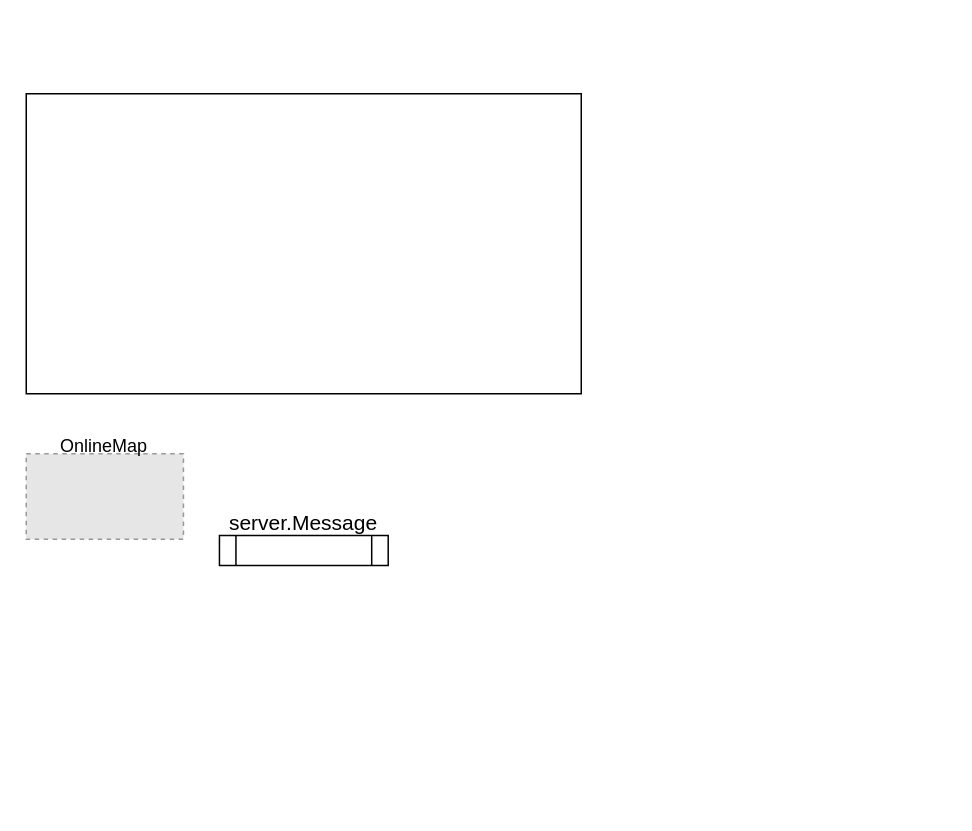
Above: go_exp_InstantMessager.drawio in Forgethson/Mydrawio (draw.io), before the change. Source tidied: cells renumbered, new cells numbered last; positions are measured from the earlier drawing's top-left corner, leaving out a move shared by most shapes. Both pictures are drawn from the tidied source at 150%, with x=0, y=0 at pixel (26, 93). Pictures stored in the file or linked from it are replaced by grey dashed boxes.
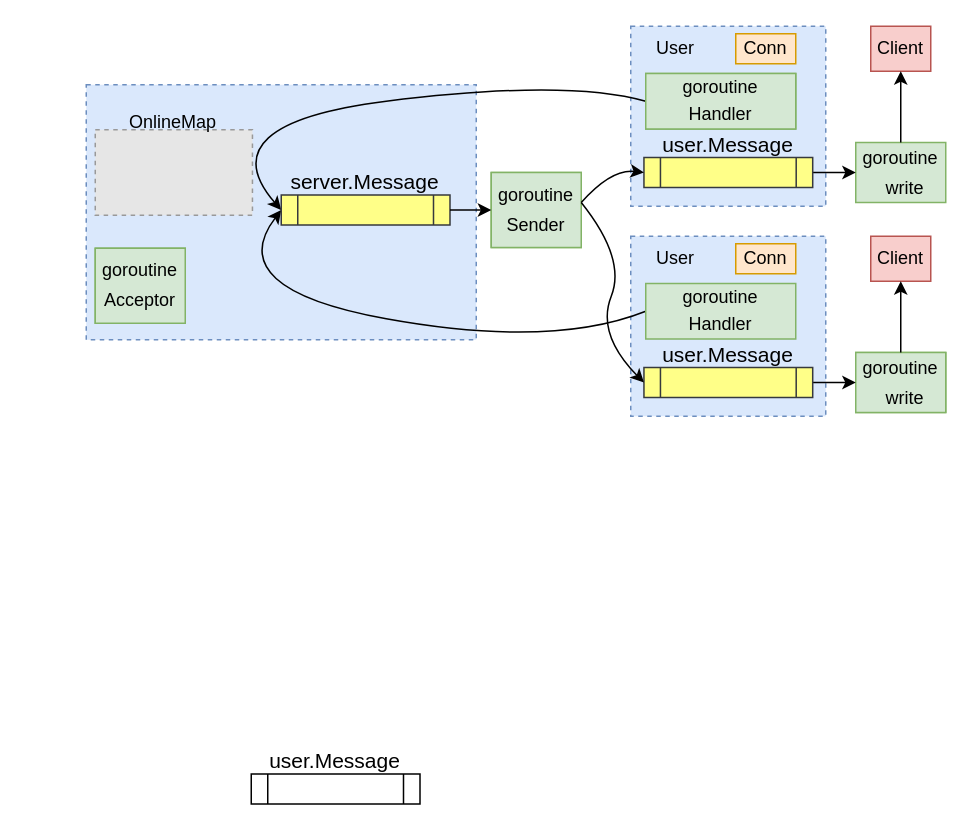
The same page after the edit.

Diff of the diagram source:
```diff
@@
-    <mxCell id="2" style="rounded=0;whiteSpace=wrap;html=1;fillColor=none;" parent="1" vertex="1">
-      <mxGeometry width="370" height="200" as="geometry" />
+    <mxCell id="2" style="rounded=0;whiteSpace=wrap;html=1;fillColor=#dae8fc;dashed=1;strokeColor=#6c8ebf;" parent="1" vertex="1">
+      <mxGeometry x="40" y="-6" width="260" height="170" as="geometry" />
     </mxCell>
     <mxCell id="3" style="group;" parent="1" vertex="1">
-      <mxGeometry y="220" width="104.8" height="77" as="geometry" />
+      <mxGeometry x="46" y="4" width="104.8" height="77" as="geometry" />
     </mxCell>
@@
-    <mxCell id="6" style="group;" parent="1" vertex="1">
-      <mxGeometry x="128.8" y="271" width="112.5" height="43.5" as="geometry" />
-    </mxCell>
+    <mxCell id="9" style="group;" parent="1" vertex="1">
+      <mxGeometry x="150" y="430" width="112.5" height="43.5" as="geometry" />
+    </mxCell>
+    <mxCell id="10" style="shape=process;whiteSpace=wrap;html=1;backgroundOutline=1;" parent="9" vertex="1">
+      <mxGeometry y="23.5" width="112.5" height="20" as="geometry" />
+    </mxCell>
+    <mxCell id="11" value="&lt;article data-content=&quot;[{&amp;quot;type&amp;quot;:&amp;quot;block&amp;quot;,&amp;quot;id&amp;quot;:&amp;quot;OJQe-1696595422032&amp;quot;,&amp;quot;name&amp;quot;:&amp;quot;paragraph&amp;quot;,&amp;quot;data&amp;quot;:{},&amp;quot;nodes&amp;quot;:[{&amp;quot;type&amp;quot;:&amp;quot;text&amp;quot;,&amp;quot;id&amp;quot;:&amp;quot;GG8M-1696595422030&amp;quot;,&amp;quot;leaves&amp;quot;:[{&amp;quot;text&amp;quot;:&amp;quot;server.Message&amp;quot;,&amp;quot;marks&amp;quot;:[]}]}],&amp;quot;state&amp;quot;:{}}]&quot;&gt;&lt;div style=&quot;line-height: 1.75; font-size: 14px; text-align: left;&quot;&gt;user&lt;span style=&quot;background-color: initial;&quot;&gt;.Message&lt;/span&gt;&lt;/div&gt;&lt;/article&gt;" style="text;html=1;strokeColor=none;fillColor=none;align=center;verticalAlign=middle;whiteSpace=wrap;rounded=0;" parent="9" vertex="1">
+      <mxGeometry x="26.2" width="60" height="30" as="geometry" />
+    </mxCell>
+    <mxCell id="12" value="Client" style="rounded=0;whiteSpace=wrap;html=1;fillColor=#f8cecc;strokeColor=#b85450;" parent="1" vertex="1">
+      <mxGeometry x="563" y="-45" width="40" height="30" as="geometry" />
+    </mxCell>
+    <mxCell id="13" style="group;" parent="1" vertex="1">
+      <mxGeometry x="553" y="32.5" width="60" height="40" as="geometry" />
+    </mxCell>
+    <mxCell id="14" style="rounded=0;whiteSpace=wrap;html=1;fillColor=#d5e8d4;strokeColor=#82b366;" parent="13" vertex="1">
+      <mxGeometry width="60" height="40" as="geometry" />
+    </mxCell>
+    <mxCell id="15" value="goroutine" style="text;html=1;strokeColor=none;fillColor=none;align=center;verticalAlign=middle;whiteSpace=wrap;rounded=0;" parent="13" vertex="1">
+      <mxGeometry x="12" width="36" height="20" as="geometry" />
+    </mxCell>
+    <mxCell id="16" value="write" style="text;html=1;strokeColor=none;fillColor=none;align=center;verticalAlign=middle;whiteSpace=wrap;rounded=0;" parent="13" vertex="1">
+      <mxGeometry x="18" y="20" width="30" height="20" as="geometry" />
+    </mxCell>
+    <mxCell id="17" style="rounded=0;whiteSpace=wrap;html=1;dashed=1;fillColor=#dae8fc;strokeColor=#6c8ebf;" parent="1" vertex="1">
+      <mxGeometry x="403" y="-45" width="130" height="120" as="geometry" />
+    </mxCell>
+    <mxCell id="18" value="User" style="text;html=1;strokeColor=none;fillColor=none;align=center;verticalAlign=middle;whiteSpace=wrap;rounded=0;" parent="1" vertex="1">
+      <mxGeometry x="403" y="-45" width="60" height="30" as="geometry" />
+    </mxCell>
+    <mxCell id="19" value="Conn" style="rounded=0;whiteSpace=wrap;html=1;fillColor=#ffe6cc;strokeColor=#d79b00;" parent="1" vertex="1">
+      <mxGeometry x="473" y="-40" width="40" height="20" as="geometry" />
+    </mxCell>
+    <mxCell id="20" style="group;fillColor=#d5e8d4;strokeColor=#82b366;" parent="1" vertex="1">
+      <mxGeometry x="413" y="-13.5" width="100" height="37" as="geometry" />
+    </mxCell>
+    <mxCell id="21" style="edgeStyle=orthogonalEdgeStyle;rounded=0;jettySize=auto;html=1;exitX=1;exitY=0.5;exitDx=0;exitDy=0;entryX=0;entryY=0.5;entryDx=0;entryDy=0;" parent="1" edge="1" source="22" target="14">
+      <mxGeometry relative="1" as="geometry" />
+    </mxCell>
+    <mxCell id="22" style="shape=process;whiteSpace=wrap;html=1;backgroundOutline=1;fillColor=#ffff88;strokeColor=#36393d;" parent="1" vertex="1">
+      <mxGeometry x="411.8" y="42.5" width="112.5" height="20" as="geometry" />
+    </mxCell>
+    <mxCell id="23" value="&lt;article data-content=&quot;[{&amp;quot;type&amp;quot;:&amp;quot;block&amp;quot;,&amp;quot;id&amp;quot;:&amp;quot;OJQe-1696595422032&amp;quot;,&amp;quot;name&amp;quot;:&amp;quot;paragraph&amp;quot;,&amp;quot;data&amp;quot;:{},&amp;quot;nodes&amp;quot;:[{&amp;quot;type&amp;quot;:&amp;quot;text&amp;quot;,&amp;quot;id&amp;quot;:&amp;quot;GG8M-1696595422030&amp;quot;,&amp;quot;leaves&amp;quot;:[{&amp;quot;text&amp;quot;:&amp;quot;server.Message&amp;quot;,&amp;quot;marks&amp;quot;:[]}]}],&amp;quot;state&amp;quot;:{}}]&quot;&gt;&lt;div style=&quot;line-height: 1.75; font-size: 14px; text-align: left;&quot;&gt;user&lt;span style=&quot;background-color: initial;&quot;&gt;.Message&lt;/span&gt;&lt;/div&gt;&lt;/article&gt;" style="text;html=1;strokeColor=none;fillColor=none;align=center;verticalAlign=middle;whiteSpace=wrap;rounded=0;" parent="1" vertex="1">
+      <mxGeometry x="438" y="19" width="60" height="30" as="geometry" />
+    </mxCell>
+    <mxCell id="24" style="edgeStyle=orthogonalEdgeStyle;rounded=0;jettySize=auto;html=1;" parent="1" edge="1" source="15" target="12">
+      <mxGeometry relative="1" as="geometry" />
+    </mxCell>
+    <mxCell id="25" value="Client" style="rounded=0;whiteSpace=wrap;html=1;fillColor=#f8cecc;strokeColor=#b85450;" parent="1" vertex="1">
+      <mxGeometry x="563" y="95" width="40" height="30" as="geometry" />
+    </mxCell>
+    <mxCell id="26" style="group;fillColor=#d5e8d4;strokeColor=#82b366;" parent="1" vertex="1">
+      <mxGeometry x="553" y="172.5" width="60" height="40" as="geometry" />
+    </mxCell>
+    <mxCell id="27" style="rounded=0;whiteSpace=wrap;html=1;fillColor=#d5e8d4;strokeColor=#82b366;" parent="26" vertex="1">
+      <mxGeometry width="60" height="40" as="geometry" />
+    </mxCell>
+    <mxCell id="28" value="goroutine" style="text;html=1;strokeColor=none;fillColor=none;align=center;verticalAlign=middle;whiteSpace=wrap;rounded=0;" parent="26" vertex="1">
+      <mxGeometry x="12" width="36" height="20" as="geometry" />
+    </mxCell>
+    <mxCell id="29" value="write" style="text;html=1;strokeColor=none;fillColor=none;align=center;verticalAlign=middle;whiteSpace=wrap;rounded=0;" parent="26" vertex="1">
+      <mxGeometry x="18" y="20" width="30" height="20" as="geometry" />
+    </mxCell>
+    <mxCell id="30" style="rounded=0;whiteSpace=wrap;html=1;strokeColor=#6c8ebf;dashed=1;fillColor=#dae8fc;" parent="1" vertex="1">
+      <mxGeometry x="403" y="95" width="130" height="120" as="geometry" />
+    </mxCell>
+    <mxCell id="31" value="User" style="text;html=1;strokeColor=none;fillColor=none;align=center;verticalAlign=middle;whiteSpace=wrap;rounded=0;" parent="1" vertex="1">
+      <mxGeometry x="403" y="95" width="60" height="30" as="geometry" />
+    </mxCell>
+    <mxCell id="32" value="Conn" style="rounded=0;whiteSpace=wrap;html=1;fillColor=#ffe6cc;strokeColor=#d79b00;" parent="1" vertex="1">
+      <mxGeometry x="473" y="100" width="40" height="20" as="geometry" />
+    </mxCell>
+    <mxCell id="33" style="edgeStyle=orthogonalEdgeStyle;rounded=0;jettySize=auto;html=1;exitX=1;exitY=0.5;exitDx=0;exitDy=0;entryX=0;entryY=0.5;entryDx=0;entryDy=0;" parent="1" edge="1" source="34" target="27">
+      <mxGeometry relative="1" as="geometry" />
+    </mxCell>
+    <mxCell id="34" style="shape=process;whiteSpace=wrap;html=1;backgroundOutline=1;fillColor=#ffff88;strokeColor=#36393d;" parent="1" vertex="1">
+      <mxGeometry x="411.8" y="182.5" width="112.5" height="20" as="geometry" />
+    </mxCell>
+    <mxCell id="35" value="&lt;article data-content=&quot;[{&amp;quot;type&amp;quot;:&amp;quot;block&amp;quot;,&amp;quot;id&amp;quot;:&amp;quot;OJQe-1696595422032&amp;quot;,&amp;quot;name&amp;quot;:&amp;quot;paragraph&amp;quot;,&amp;quot;data&amp;quot;:{},&amp;quot;nodes&amp;quot;:[{&amp;quot;type&amp;quot;:&amp;quot;text&amp;quot;,&amp;quot;id&amp;quot;:&amp;quot;GG8M-1696595422030&amp;quot;,&amp;quot;leaves&amp;quot;:[{&amp;quot;text&amp;quot;:&amp;quot;server.Message&amp;quot;,&amp;quot;marks&amp;quot;:[]}]}],&amp;quot;state&amp;quot;:{}}]&quot;&gt;&lt;div style=&quot;line-height: 1.75; font-size: 14px; text-align: left;&quot;&gt;user&lt;span style=&quot;background-color: initial;&quot;&gt;.Message&lt;/span&gt;&lt;/div&gt;&lt;/article&gt;" style="text;html=1;strokeColor=none;fillColor=none;align=center;verticalAlign=middle;whiteSpace=wrap;rounded=0;" parent="1" vertex="1">
+      <mxGeometry x="438" y="159" width="60" height="30" as="geometry" />
+    </mxCell>
+    <mxCell id="36" style="edgeStyle=orthogonalEdgeStyle;rounded=0;jettySize=auto;html=1;" parent="1" edge="1" source="28" target="25">
+      <mxGeometry relative="1" as="geometry" />
+    </mxCell>
+    <mxCell id="37" style="group;fillColor=#d5e8d4;strokeColor=#82b366;" parent="1" vertex="1">
+      <mxGeometry x="46" y="103" width="60" height="50" as="geometry" />
+    </mxCell>
+    <mxCell id="38" style="rounded=0;whiteSpace=wrap;html=1;fillColor=#d5e8d4;strokeColor=#82b366;" parent="37" vertex="1">
+      <mxGeometry width="60" height="50" as="geometry" />
+    </mxCell>
+    <mxCell id="39" value="goroutine" style="text;html=1;strokeColor=none;fillColor=none;align=center;verticalAlign=middle;whiteSpace=wrap;rounded=0;" parent="37" vertex="1">
+      <mxGeometry width="60" height="30" as="geometry" />
+    </mxCell>
+    <mxCell id="40" value="Acceptor" style="text;html=1;strokeColor=none;fillColor=none;align=center;verticalAlign=middle;whiteSpace=wrap;rounded=0;" parent="37" vertex="1">
+      <mxGeometry y="20" width="60" height="30" as="geometry" />
+    </mxCell>
+    <mxCell id="41" style="group;fillColor=#d5e8d4;strokeColor=#82b366;" parent="1" vertex="1">
+      <mxGeometry x="310" y="52.5" width="60" height="50" as="geometry" />
+    </mxCell>
+    <mxCell id="42" style="rounded=0;whiteSpace=wrap;html=1;fillColor=#d5e8d4;strokeColor=#82b366;" parent="41" vertex="1">
+      <mxGeometry width="60" height="50" as="geometry" />
+    </mxCell>
+    <mxCell id="43" value="goroutine" style="text;html=1;strokeColor=none;fillColor=none;align=center;verticalAlign=middle;whiteSpace=wrap;rounded=0;" parent="41" vertex="1">
+      <mxGeometry width="60" height="30" as="geometry" />
+    </mxCell>
+    <mxCell id="44" value="Sender" style="text;html=1;strokeColor=none;fillColor=none;align=center;verticalAlign=middle;whiteSpace=wrap;rounded=0;" parent="41" vertex="1">
+      <mxGeometry y="20" width="60" height="30" as="geometry" />
+    </mxCell>
+    <mxCell id="45" style="curved=1;endArrow=classic;html=1;rounded=0;exitX=0;exitY=0.5;exitDx=0;exitDy=0;entryX=0;entryY=0.5;entryDx=0;entryDy=0;" parent="1" edge="1" source="50" target="7">
+      <mxGeometry relative="1" as="geometry">
+        <Array as="points">
+          <mxPoint x="360" y="-10" />
+          <mxPoint x="120" y="20" />
+        </Array>
+      </mxGeometry>
+    </mxCell>
+    <mxCell id="46" style="curved=1;endArrow=classic;html=1;rounded=0;entryX=0;entryY=0.5;entryDx=0;entryDy=0;exitX=0;exitY=0.5;exitDx=0;exitDy=0;" parent="1" edge="1" source="53" target="7">
+      <mxGeometry relative="1" as="geometry">
+        <Array as="points">
+          <mxPoint x="350" y="170" />
+          <mxPoint x="130" y="130" />
+        </Array>
+      </mxGeometry>
+    </mxCell>
-    <mxCell id="7" style="shape=process;whiteSpace=wrap;html=1;backgroundOutline=1;" parent="6" vertex="1">
-      <mxGeometry y="23.5" width="112.5" height="20" as="geometry" />
+    <mxCell id="7" style="shape=process;whiteSpace=wrap;html=1;backgroundOutline=1;fillColor=#ffff88;strokeColor=#36393d;" parent="1" vertex="1">
+      <mxGeometry x="170" y="67.5" width="112.5" height="20" as="geometry" />
     </mxCell>
-    <mxCell id="8" value="&lt;article data-content=&quot;[{&amp;quot;type&amp;quot;:&amp;quot;block&amp;quot;,&amp;quot;id&amp;quot;:&amp;quot;OJQe-1696595422032&amp;quot;,&amp;quot;name&amp;quot;:&amp;quot;paragraph&amp;quot;,&amp;quot;data&amp;quot;:{},&amp;quot;nodes&amp;quot;:[{&amp;quot;type&amp;quot;:&amp;quot;text&amp;quot;,&amp;quot;id&amp;quot;:&amp;quot;GG8M-1696595422030&amp;quot;,&amp;quot;leaves&amp;quot;:[{&amp;quot;text&amp;quot;:&amp;quot;server.Message&amp;quot;,&amp;quot;marks&amp;quot;:[]}]}],&amp;quot;state&amp;quot;:{}}]&quot;&gt;&lt;div style=&quot;line-height: 1.75; font-size: 14px; text-align: left;&quot;&gt;server.Message&lt;/div&gt;&lt;/article&gt;" style="text;html=1;strokeColor=none;fillColor=none;align=center;verticalAlign=middle;whiteSpace=wrap;rounded=0;" parent="6" vertex="1">
-      <mxGeometry x="26.2" width="60" height="30" as="geometry" />
+    <mxCell id="8" value="&lt;article data-content=&quot;[{&amp;quot;type&amp;quot;:&amp;quot;block&amp;quot;,&amp;quot;id&amp;quot;:&amp;quot;OJQe-1696595422032&amp;quot;,&amp;quot;name&amp;quot;:&amp;quot;paragraph&amp;quot;,&amp;quot;data&amp;quot;:{},&amp;quot;nodes&amp;quot;:[{&amp;quot;type&amp;quot;:&amp;quot;text&amp;quot;,&amp;quot;id&amp;quot;:&amp;quot;GG8M-1696595422030&amp;quot;,&amp;quot;leaves&amp;quot;:[{&amp;quot;text&amp;quot;:&amp;quot;server.Message&amp;quot;,&amp;quot;marks&amp;quot;:[]}]}],&amp;quot;state&amp;quot;:{}}]&quot;&gt;&lt;div style=&quot;line-height: 1.75; font-size: 14px; text-align: left;&quot;&gt;server.Message&lt;/div&gt;&lt;/article&gt;" style="text;html=1;strokeColor=none;fillColor=none;align=center;verticalAlign=middle;whiteSpace=wrap;rounded=0;" parent="1" vertex="1">
+      <mxGeometry x="196.2" y="44" width="60" height="30" as="geometry" />
     </mxCell>
+    <mxCell id="47" style="edgeStyle=orthogonalEdgeStyle;rounded=0;jettySize=auto;html=1;exitX=1;exitY=0.5;exitDx=0;exitDy=0;entryX=0;entryY=0.172;entryDx=0;entryDy=0;entryPerimeter=0;" parent="1" edge="1" source="7" target="44">
+      <mxGeometry relative="1" as="geometry" />
+    </mxCell>
+    <mxCell id="48" style="curved=1;endArrow=classic;html=1;rounded=0;exitX=1;exitY=0;exitDx=0;exitDy=0;entryX=0;entryY=0.5;entryDx=0;entryDy=0;" parent="1" edge="1" source="44" target="22">
+      <mxGeometry relative="1" as="geometry">
+        <Array as="points">
+          <mxPoint x="390" y="50" />
+        </Array>
+      </mxGeometry>
+    </mxCell>
+    <mxCell id="49" style="curved=1;endArrow=classic;html=1;rounded=0;exitX=1;exitY=0;exitDx=0;exitDy=0;entryX=0;entryY=0.5;entryDx=0;entryDy=0;" parent="1" edge="1" source="44" target="34">
+      <mxGeometry relative="1" as="geometry">
+        <Array as="points">
+          <mxPoint x="400" y="110" />
+          <mxPoint x="380" y="160" />
+        </Array>
+      </mxGeometry>
+    </mxCell>
+    <mxCell id="50" style="rounded=0;whiteSpace=wrap;html=1;fillColor=#d5e8d4;strokeColor=#82b366;" parent="1" vertex="1">
+      <mxGeometry x="413" y="-13.5" width="100" height="37" as="geometry" />
+    </mxCell>
+    <mxCell id="51" value="goroutine" style="text;html=1;strokeColor=none;fillColor=none;align=center;verticalAlign=middle;whiteSpace=wrap;rounded=0;" parent="1" vertex="1">
+      <mxGeometry x="433" y="-13.5" width="60" height="18.5" as="geometry" />
+    </mxCell>
+    <mxCell id="52" value="Handler" style="text;html=1;strokeColor=none;fillColor=none;align=center;verticalAlign=middle;whiteSpace=wrap;rounded=0;" parent="1" vertex="1">
+      <mxGeometry x="438" y="5" width="50" height="18.5" as="geometry" />
+    </mxCell>
+    <mxCell id="53" style="rounded=0;whiteSpace=wrap;html=1;fillColor=#d5e8d4;strokeColor=#82b366;" parent="1" vertex="1">
+      <mxGeometry x="413" y="126.5" width="100" height="37" as="geometry" />
+    </mxCell>
+    <mxCell id="54" value="goroutine" style="text;html=1;strokeColor=none;fillColor=none;align=center;verticalAlign=middle;whiteSpace=wrap;rounded=0;" parent="1" vertex="1">
+      <mxGeometry x="433" y="126.5" width="60" height="18.5" as="geometry" />
+    </mxCell>
+    <mxCell id="55" value="Handler" style="text;html=1;strokeColor=none;fillColor=none;align=center;verticalAlign=middle;whiteSpace=wrap;rounded=0;" parent="1" vertex="1">
+      <mxGeometry x="438" y="145" width="50" height="18.5" as="geometry" />
+    </mxCell>
```
